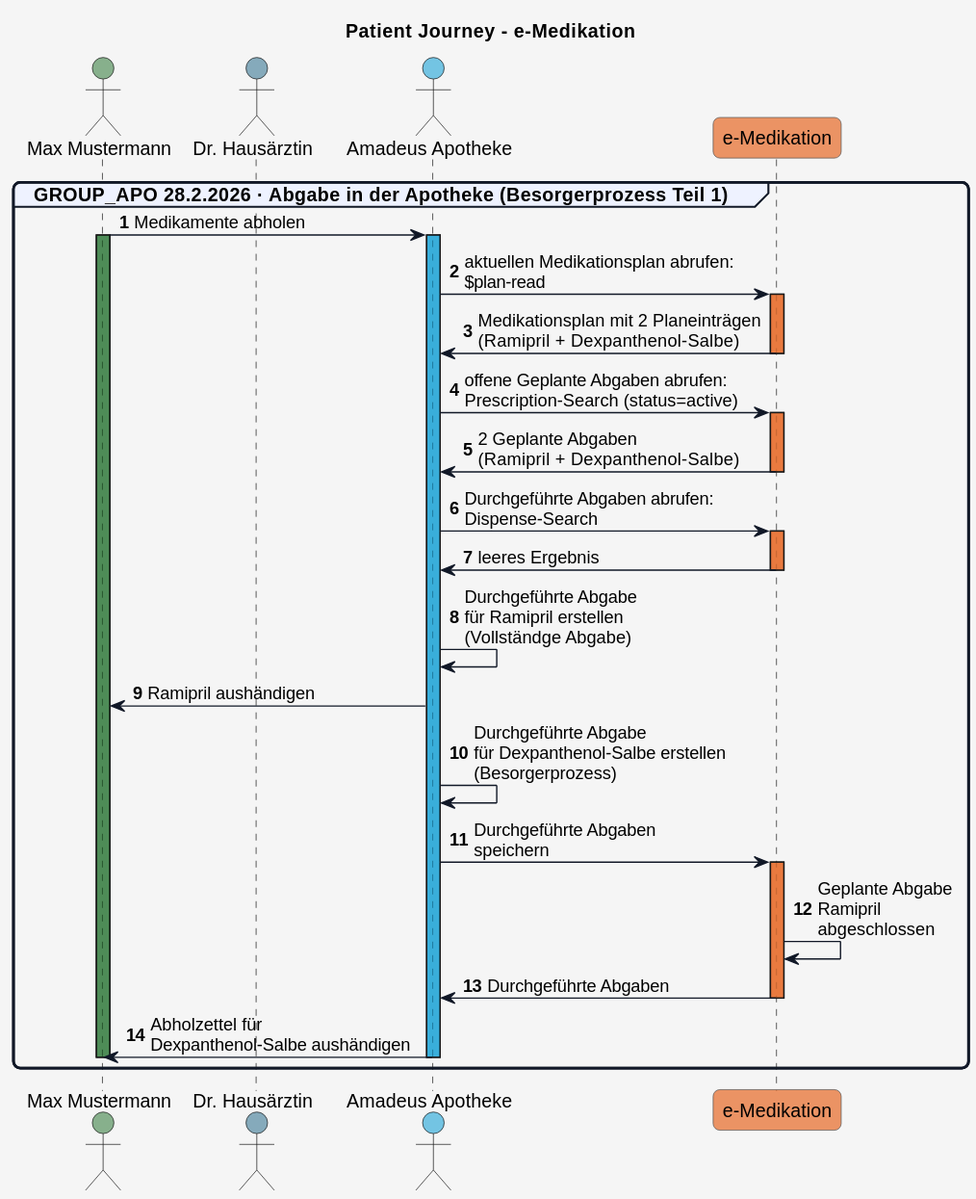
Earlier version of the PlantUML export r4-ELGA-e-Medikation-main/plantuml/patient_journey_02.svg (HL7Austria/hl7austria.github.io).
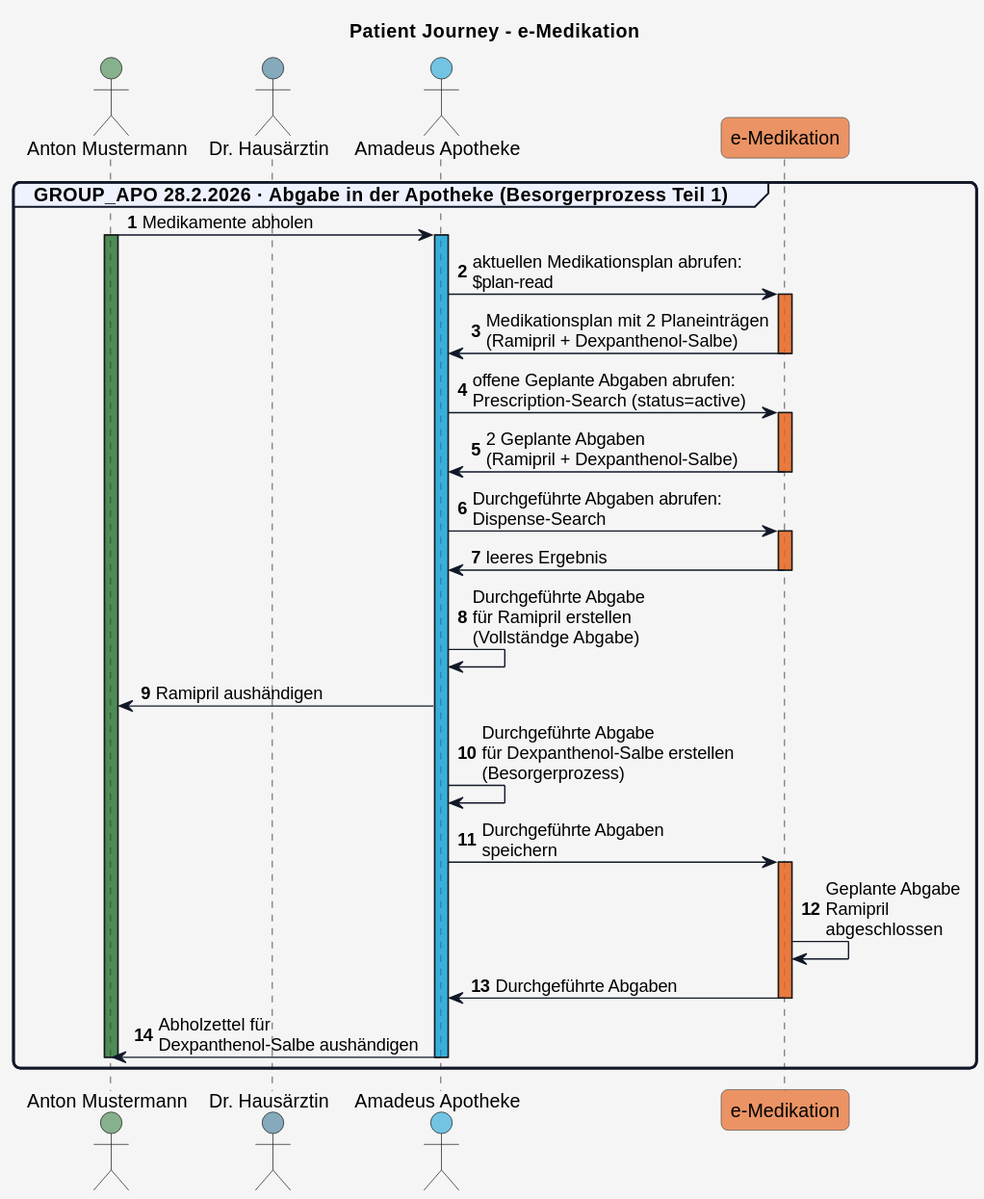
The same diagram one commit later.

Change to the diagram source:
```diff
@@ -50,8 +50,8 @@
 !define COLOR_ERROR    #E9713235
 
 
-actor Patient as "Max Mustermann" COLOR_PATIENT
-actor Arzt_1 as "Dr. Hausärztin" COLOR_GDA_1
+actor Patient as "Anton Mustermann" COLOR_PATIENT
+actor Arzt_2 as "Dr. Hausärztin" COLOR_GDA_1
 actor Apotheke as "Amadeus Apotheke" COLOR_APO
 participant eMed_FA as "e-Medikation" COLOR_EMED_FA
 
@@ -68,11 +68,11 @@
   activate Apotheke COLOR_APO
   Apotheke -> eMed_FA: aktuellen Medikationsplan abrufen:\n$plan-read
   activate eMed_FA COLOR_EMED_FA
-  eMed_FA -> Apotheke: Medikationsplan mit 2 Planeinträgen\n(Rampipril + Dexpanthenol-Salbe)
+  eMed_FA -> Apotheke: Medikationsplan mit 2 Planeinträgen\n(Ramipril + Dexpanthenol-Salbe)
   deactivate eMed_FA
   Apotheke -> eMed_FA: offene Geplante Abgaben abrufen:\nPrescription-Search (status=active)
   activate eMed_FA COLOR_EMED_FA
-  eMed_FA -> Apotheke: 2 Geplante Abgaben\n(Rampipril + Dexpanthenol-Salbe)
+  eMed_FA -> Apotheke: 2 Geplante Abgaben\n(Ramipril + Dexpanthenol-Salbe)
   deactivate eMed_FA
   Apotheke -> eMed_FA: Durchgeführte Abgaben abrufen:\nDispense-Search
   activate eMed_FA COLOR_EMED_FA
```
